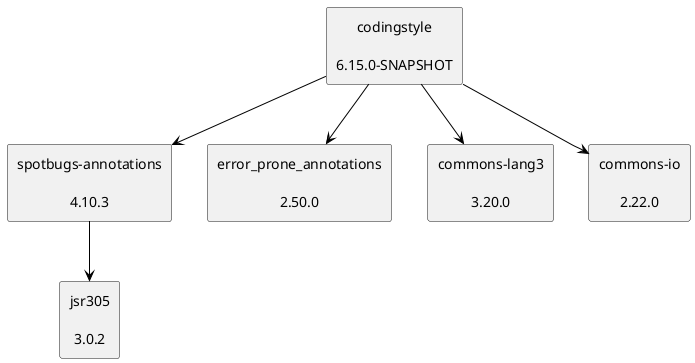
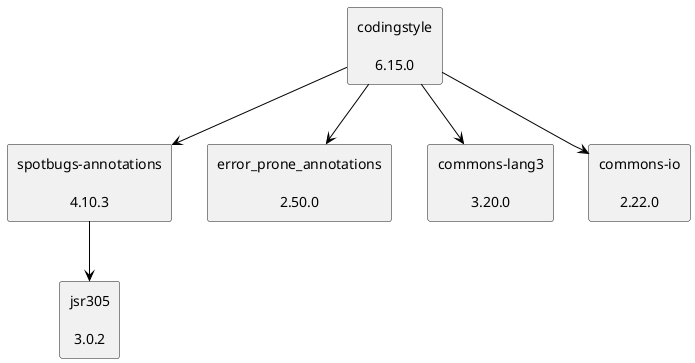
@startuml
skinparam defaultTextAlignment center
skinparam rectangle {
  BackgroundColor<<optional>> beige
  BackgroundColor<<test>> lightGreen
  BackgroundColor<<runtime>> lightBlue
  BackgroundColor<<provided>> lightGray
}
rectangle "spotbugs-annotations\n\n4.10.3" as com_github_spotbugs_spotbugs_annotations_jar
rectangle "jsr305\n\n3.0.2" as com_google_code_findbugs_jsr305_jar
- rectangle "codingstyle\n\n6.15.0-SNAPSHOT" as edu_hm_hafner_codingstyle_jar
+ rectangle "codingstyle\n\n6.15.0" as edu_hm_hafner_codingstyle_jar
rectangle "error_prone_annotations\n\n2.50.0" as com_google_errorprone_error_prone_annotations_jar
rectangle "commons-lang3\n\n3.20.0" as org_apache_commons_commons_lang3_jar
rectangle "commons-io\n\n2.22.0" as commons_io_commons_io_jar
com_github_spotbugs_spotbugs_annotations_jar -[#000000]-> com_google_code_findbugs_jsr305_jar
edu_hm_hafner_codingstyle_jar -[#000000]-> com_github_spotbugs_spotbugs_annotations_jar
edu_hm_hafner_codingstyle_jar -[#000000]-> com_google_errorprone_error_prone_annotations_jar
edu_hm_hafner_codingstyle_jar -[#000000]-> org_apache_commons_commons_lang3_jar
edu_hm_hafner_codingstyle_jar -[#000000]-> commons_io_commons_io_jar
@enduml